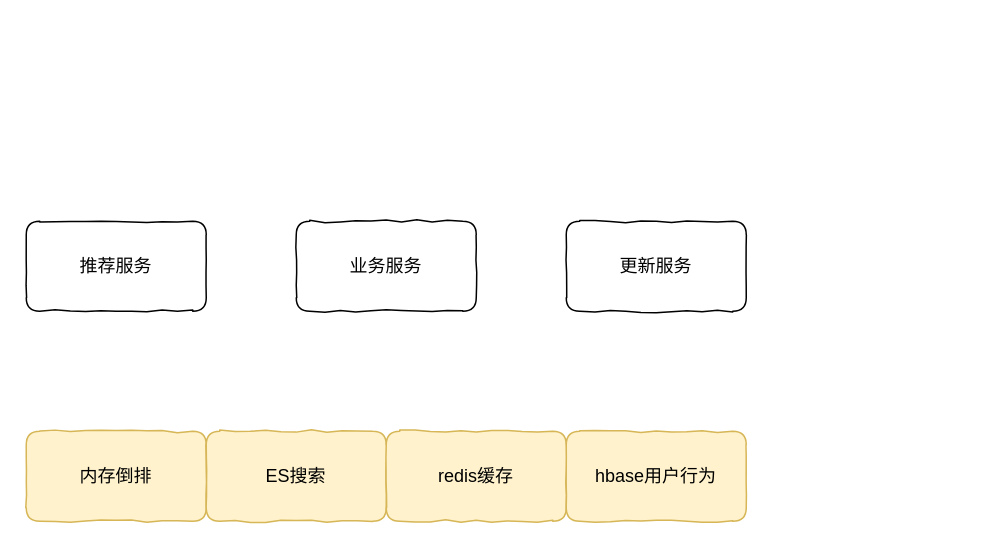
xingdong015/drawio keeps this draw.io diagram as Untitled Diagram.drawio. Above is the earlier version. Source tidied: cells renumbered, new cells numbered last; positions are measured from the earlier drawing's top-left corner, leaving out a move shared by most shapes. Both pictures are drawn from the tidied source at 150%, with x=0, y=0 at pixel (26, 220).
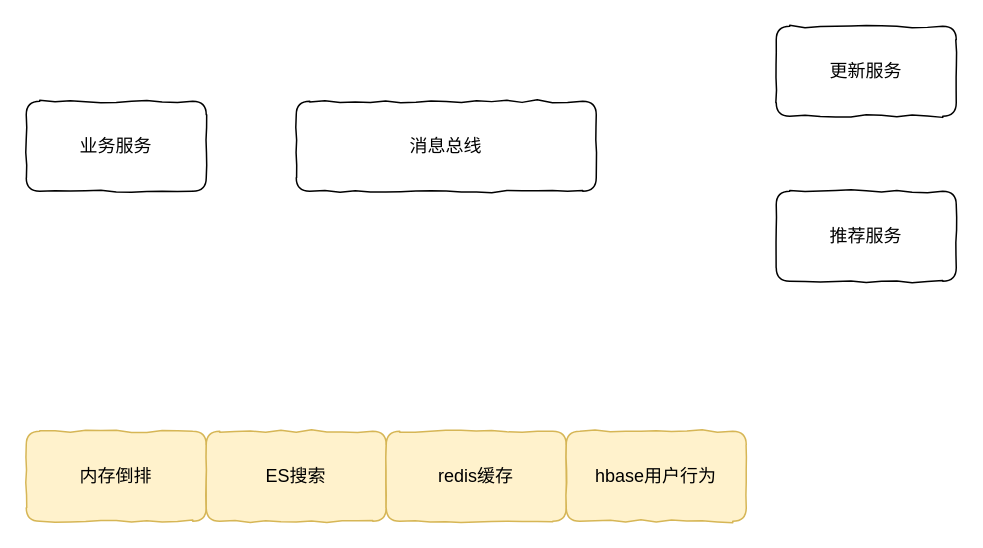
The same page after the edit.

What changed in the source:
```diff
@@
 <mxGraphModel>
   <root>
     <mxCell id="0" />
     <mxCell id="1" parent="0" />
     <mxCell id="2" value="内存倒排" style="rounded=1;whiteSpace=wrap;html=1;fillColor=#fff2cc;strokeColor=#d6b656;sketch=0;comic=1;" parent="1" vertex="1">
       <mxGeometry y="140" width="120" height="60" as="geometry" />
     </mxCell>
     <mxCell id="3" value="ES搜索" style="rounded=1;whiteSpace=wrap;html=1;fillColor=#fff2cc;strokeColor=#d6b656;sketch=0;comic=1;" parent="1" vertex="1">
       <mxGeometry x="120" y="140" width="120" height="60" as="geometry" />
     </mxCell>
     <mxCell id="4" value="redis缓存" style="rounded=1;whiteSpace=wrap;html=1;fillColor=#fff2cc;strokeColor=#d6b656;sketch=0;comic=1;" parent="1" vertex="1">
       <mxGeometry x="240" y="140" width="120" height="60" as="geometry" />
     </mxCell>
     <mxCell id="5" value="hbase用户行为" style="rounded=1;whiteSpace=wrap;html=1;fillColor=#fff2cc;strokeColor=#d6b656;sketch=0;comic=1;" parent="1" vertex="1">
       <mxGeometry x="360" y="140" width="120" height="60" as="geometry" />
     </mxCell>
     <mxCell id="6" value="推荐服务" style="rounded=1;whiteSpace=wrap;html=1;comic=1;sketch=0;gradientColor=#ffffff;" parent="1" vertex="1">
-      <mxGeometry width="120" height="60" as="geometry" />
+      <mxGeometry x="500" y="-20" width="120" height="60" as="geometry" />
     </mxCell>
     <mxCell id="7" value="业务服务" style="rounded=1;whiteSpace=wrap;html=1;comic=1;sketch=0;gradientColor=#ffffff;" parent="1" vertex="1">
-      <mxGeometry x="180" width="120" height="60" as="geometry" />
+      <mxGeometry y="-80" width="120" height="60" as="geometry" />
     </mxCell>
     <mxCell id="8" value="更新服务" style="rounded=1;whiteSpace=wrap;html=1;comic=1;sketch=0;gradientColor=#ffffff;" parent="1" vertex="1">
-      <mxGeometry x="360" width="120" height="60" as="geometry" />
+      <mxGeometry x="500" y="-130" width="120" height="60" as="geometry" />
     </mxCell>
+    <mxCell id="9" value="消息总线" style="rounded=1;whiteSpace=wrap;html=1;comic=1;sketch=0;gradientColor=#ffffff;" parent="1" vertex="1">
+      <mxGeometry x="180" y="-80" width="200" height="60" as="geometry" />
+    </mxCell>
   </root>
 </mxGraphModel>
```
